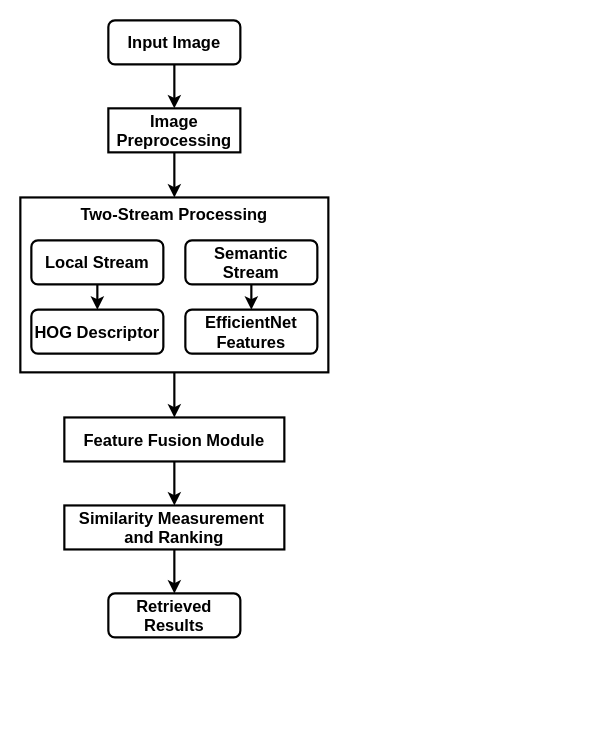
vinayak-k24/DrawIO keeps this draw.io diagram as cbir001.drawio. Above is the earlier version. Source tidied: cells renumbered, new cells numbered last; positions are measured from the earlier drawing's top-left corner, leaving out a move shared by most shapes. Both pictures are drawn from the tidied source at 110%, with x=0, y=0 at pixel (20, 20).
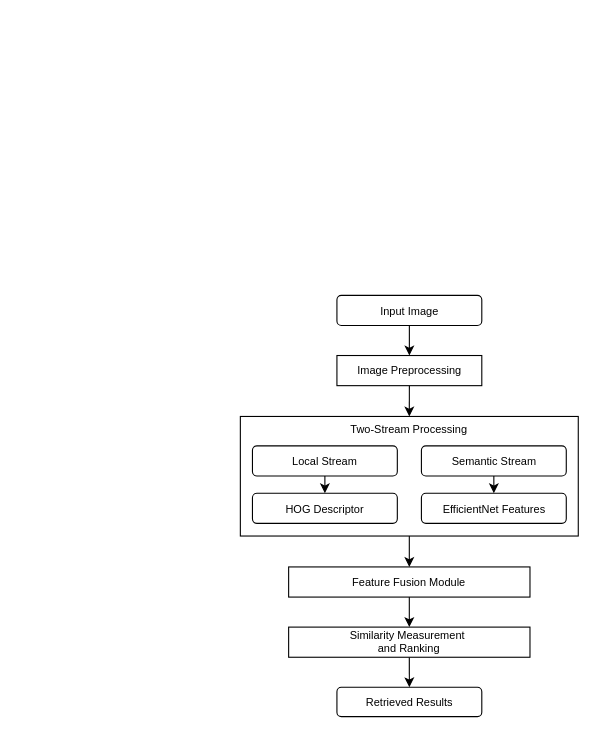
The same page after the edit.

What changed in the source:
```diff
@@
 <mxGraphModel>
   <root>
     <mxCell id="0" />
     <mxCell id="1" parent="0" />
-    <mxCell id="2" style="edgeStyle=orthogonalEdgeStyle;rounded=0;jettySize=auto;html=1;exitX=0.5;exitY=1;exitDx=0;exitDy=0;entryX=0.5;entryY=0;entryDx=0;entryDy=0;strokeWidth=2;" parent="1" edge="1" source="3" target="16">
+    <mxCell id="2" style="edgeStyle=orthogonalEdgeStyle;rounded=0;jettySize=auto;html=1;exitX=0.5;exitY=1;exitDx=0;exitDy=0;entryX=0.5;entryY=0;entryDx=0;entryDy=0;strokeWidth=1;fontStyle=0;fontSize=10;" parent="1" edge="1" source="3" target="16">
       <mxGeometry relative="1" as="geometry" />
     </mxCell>
-    <mxCell id="3" value="&lt;span style=&quot;text-wrap-mode: nowrap;&quot;&gt;Two-Stream Processing&lt;/span&gt;" style="rounded=0;whiteSpace=wrap;html=1;verticalAlign=top;fontStyle=1;fontSize=15;strokeWidth=2;" parent="1" vertex="1">
-      <mxGeometry y="161" width="280" height="159" as="geometry" />
+    <mxCell id="3" value="&lt;span style=&quot;text-wrap-mode: nowrap;&quot;&gt;Two-Stream Processing&lt;/span&gt;" style="rounded=0;whiteSpace=wrap;html=1;verticalAlign=top;fontStyle=0;fontSize=10;strokeWidth=1;" parent="1" vertex="1">
+      <mxGeometry x="200" y="360.1" width="307.2" height="108.7" as="geometry" />
     </mxCell>
-    <mxCell id="4" style="edgeStyle=orthogonalEdgeStyle;rounded=0;jettySize=auto;html=1;exitX=0.5;exitY=1;exitDx=0;exitDy=0;entryX=0.5;entryY=0;entryDx=0;entryDy=0;strokeWidth=2;" parent="1" edge="1" source="5" target="7">
+    <mxCell id="4" style="edgeStyle=orthogonalEdgeStyle;rounded=0;jettySize=auto;html=1;exitX=0.5;exitY=1;exitDx=0;exitDy=0;entryX=0.5;entryY=0;entryDx=0;entryDy=0;strokeWidth=1;fontStyle=0;fontSize=10;" parent="1" edge="1" source="5" target="7">
       <mxGeometry relative="1" as="geometry" />
     </mxCell>
-    <mxCell id="5" value="Input Image" style="rounded=1;whiteSpace=wrap;html=1;fontStyle=1;fontSize=15;strokeWidth=2;" parent="1" vertex="1">
-      <mxGeometry x="80" width="120" height="40" as="geometry" />
+    <mxCell id="5" value="Input Image" style="rounded=1;whiteSpace=wrap;html=1;fontStyle=0;fontSize=10;strokeWidth=1;" parent="1" vertex="1">
+      <mxGeometry x="287.8" y="250" width="131.7" height="27.4" as="geometry" />
     </mxCell>
-    <mxCell id="6" style="edgeStyle=orthogonalEdgeStyle;rounded=0;jettySize=auto;html=1;exitX=0.5;exitY=1;exitDx=0;exitDy=0;entryX=0.5;entryY=0;entryDx=0;entryDy=0;strokeWidth=2;" parent="1" edge="1" source="7" target="3">
+    <mxCell id="6" style="edgeStyle=orthogonalEdgeStyle;rounded=0;jettySize=auto;html=1;exitX=0.5;exitY=1;exitDx=0;exitDy=0;entryX=0.5;entryY=0;entryDx=0;entryDy=0;strokeWidth=1;fontStyle=0;fontSize=10;" parent="1" edge="1" source="7" target="3">
       <mxGeometry relative="1" as="geometry" />
     </mxCell>
-    <mxCell id="7" value="Image Preprocessing" style="rounded=0;whiteSpace=wrap;html=1;fontStyle=1;fontSize=15;strokeWidth=2;" parent="1" vertex="1">
-      <mxGeometry x="80" y="80" width="120" height="40" as="geometry" />
+    <mxCell id="7" value="Image Preprocessing" style="rounded=0;whiteSpace=wrap;html=1;fontStyle=0;fontSize=10;strokeWidth=1;" parent="1" vertex="1">
+      <mxGeometry x="287.8" y="304.7" width="131.7" height="27.4" as="geometry" />
     </mxCell>
-    <mxCell id="8" style="edgeStyle=orthogonalEdgeStyle;rounded=0;jettySize=auto;html=1;exitX=0.5;exitY=1;exitDx=0;exitDy=0;entryX=0.5;entryY=0;entryDx=0;entryDy=0;strokeWidth=2;" parent="1" edge="1" source="9" target="12">
+    <mxCell id="8" style="edgeStyle=orthogonalEdgeStyle;rounded=0;jettySize=auto;html=1;exitX=0.5;exitY=1;exitDx=0;exitDy=0;entryX=0.5;entryY=0;entryDx=0;entryDy=0;strokeWidth=1;fontStyle=0;fontSize=10;" parent="1" edge="1" source="9" target="12">
       <mxGeometry relative="1" as="geometry" />
     </mxCell>
-    <mxCell id="9" value="Local Stream" style="rounded=1;whiteSpace=wrap;html=1;fontStyle=1;fontSize=15;strokeWidth=2;" parent="1" vertex="1">
-      <mxGeometry x="10" y="200" width="120" height="40" as="geometry" />
+    <mxCell id="9" value="Local Stream" style="rounded=1;whiteSpace=wrap;html=1;fontStyle=0;fontSize=10;strokeWidth=1;" parent="1" vertex="1">
+      <mxGeometry x="211" y="386.8" width="131.7" height="27.4" as="geometry" />
     </mxCell>
-    <mxCell id="10" style="edgeStyle=orthogonalEdgeStyle;rounded=0;jettySize=auto;html=1;exitX=0.5;exitY=1;exitDx=0;exitDy=0;entryX=0.5;entryY=0;entryDx=0;entryDy=0;strokeWidth=2;" parent="1" edge="1" source="11" target="13">
+    <mxCell id="10" style="edgeStyle=orthogonalEdgeStyle;rounded=0;jettySize=auto;html=1;exitX=0.5;exitY=1;exitDx=0;exitDy=0;entryX=0.5;entryY=0;entryDx=0;entryDy=0;strokeWidth=1;fontStyle=0;fontSize=10;" parent="1" edge="1" source="11" target="13">
       <mxGeometry relative="1" as="geometry" />
     </mxCell>
-    <mxCell id="11" value="Semantic Stream" style="rounded=1;whiteSpace=wrap;html=1;fontStyle=1;fontSize=15;strokeWidth=2;" parent="1" vertex="1">
-      <mxGeometry x="150" y="200" width="120" height="40" as="geometry" />
+    <mxCell id="11" value="Semantic Stream" style="rounded=1;whiteSpace=wrap;html=1;fontStyle=0;fontSize=10;strokeWidth=1;" parent="1" vertex="1">
+      <mxGeometry x="364.6" y="386.8" width="131.7" height="27.4" as="geometry" />
     </mxCell>
-    <mxCell id="12" value="HOG Descriptor" style="rounded=1;whiteSpace=wrap;html=1;fontStyle=1;fontSize=15;strokeWidth=2;" parent="1" vertex="1">
-      <mxGeometry x="10" y="263" width="120" height="40" as="geometry" />
+    <mxCell id="12" value="HOG Descriptor" style="rounded=1;whiteSpace=wrap;html=1;fontStyle=0;fontSize=10;strokeWidth=1;" parent="1" vertex="1">
+      <mxGeometry x="211" y="429.9" width="131.7" height="27.4" as="geometry" />
     </mxCell>
-    <mxCell id="13" value="EfficientNet Features" style="rounded=1;whiteSpace=wrap;html=1;fontStyle=1;fontSize=15;strokeWidth=2;" parent="1" vertex="1">
-      <mxGeometry x="150" y="263" width="120" height="40" as="geometry" />
+    <mxCell id="13" value="EfficientNet Features" style="rounded=1;whiteSpace=wrap;html=1;fontStyle=0;fontSize=10;strokeWidth=1;" parent="1" vertex="1">
+      <mxGeometry x="364.6" y="429.9" width="131.7" height="27.4" as="geometry" />
     </mxCell>
-    <mxCell id="14" value="Retrieved Results" style="rounded=1;whiteSpace=wrap;html=1;fontStyle=1;fontSize=15;strokeWidth=2;" parent="1" vertex="1">
-      <mxGeometry x="80" y="521" width="120" height="40" as="geometry" />
+    <mxCell id="14" value="Retrieved Results" style="rounded=1;whiteSpace=wrap;html=1;fontStyle=0;fontSize=10;strokeWidth=1;" parent="1" vertex="1">
+      <mxGeometry x="287.8" y="606.3" width="131.7" height="26.7" as="geometry" />
     </mxCell>
-    <mxCell id="15" style="edgeStyle=orthogonalEdgeStyle;rounded=0;jettySize=auto;html=1;exitX=0.5;exitY=1;exitDx=0;exitDy=0;entryX=0.5;entryY=0;entryDx=0;entryDy=0;strokeWidth=2;" parent="1" edge="1" source="16" target="18">
+    <mxCell id="15" style="edgeStyle=orthogonalEdgeStyle;rounded=0;jettySize=auto;html=1;exitX=0.5;exitY=1;exitDx=0;exitDy=0;entryX=0.5;entryY=0;entryDx=0;entryDy=0;strokeWidth=1;fontStyle=0;fontSize=10;" parent="1" edge="1" source="16" target="18">
       <mxGeometry relative="1" as="geometry" />
     </mxCell>
-    <mxCell id="16" value="&lt;span style=&quot;text-wrap-mode: nowrap;&quot;&gt;Feature Fusion Module&lt;/span&gt;" style="rounded=0;whiteSpace=wrap;html=1;fontStyle=1;fontSize=15;strokeWidth=2;" parent="1" vertex="1">
-      <mxGeometry x="40" y="361" width="200" height="40" as="geometry" />
+    <mxCell id="16" value="&lt;span style=&quot;text-wrap-mode: nowrap;&quot;&gt;Feature Fusion Module&lt;/span&gt;" style="rounded=0;whiteSpace=wrap;html=1;fontStyle=0;fontSize=10;strokeWidth=1;" parent="1" vertex="1">
+      <mxGeometry x="243.9" y="496.9" width="219.4" height="27.4" as="geometry" />
     </mxCell>
-    <mxCell id="17" style="edgeStyle=orthogonalEdgeStyle;rounded=0;jettySize=auto;html=1;exitX=0.5;exitY=1;exitDx=0;exitDy=0;entryX=0.5;entryY=0;entryDx=0;entryDy=0;strokeWidth=2;" parent="1" edge="1" source="18" target="14">
+    <mxCell id="17" style="edgeStyle=orthogonalEdgeStyle;rounded=0;jettySize=auto;html=1;exitX=0.5;exitY=1;exitDx=0;exitDy=0;entryX=0.5;entryY=0;entryDx=0;entryDy=0;strokeWidth=1;fontStyle=0;fontSize=10;" parent="1" edge="1" source="18" target="14">
       <mxGeometry relative="1" as="geometry" />
     </mxCell>
-    <mxCell id="18" value="&lt;span style=&quot;text-wrap-mode: nowrap;&quot;&gt;Similarity Measurement&amp;nbsp;&lt;/span&gt;&lt;div&gt;&lt;span style=&quot;text-wrap-mode: nowrap;&quot;&gt;and Ranking&lt;/span&gt;&lt;/div&gt;" style="rounded=0;whiteSpace=wrap;html=1;fontStyle=1;fontSize=15;align=center;strokeWidth=2;" parent="1" vertex="1">
-      <mxGeometry x="40" y="441" width="200" height="40" as="geometry" />
+    <mxCell id="18" value="&lt;span style=&quot;text-wrap-mode: nowrap;&quot;&gt;Similarity Measurement&amp;nbsp;&lt;/span&gt;&lt;div&gt;&lt;span style=&quot;text-wrap-mode: nowrap;&quot;&gt;and Ranking&lt;/span&gt;&lt;/div&gt;" style="rounded=0;whiteSpace=wrap;html=1;fontStyle=0;fontSize=10;align=center;strokeWidth=1;" parent="1" vertex="1">
+      <mxGeometry x="243.9" y="551.6" width="219.4" height="27.4" as="geometry" />
     </mxCell>
   </root>
 </mxGraphModel>
```
